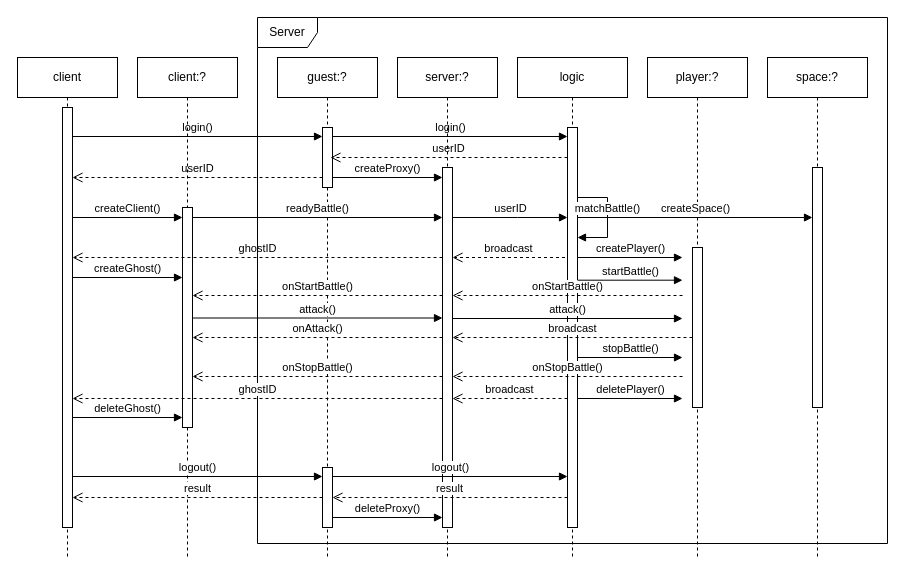
Earlier version of the draw.io diagram page "调用流程" (3 of 4) of Document/OpenMS.drawio (ChivenZhang/OpenMS). Source tidied: cells renumbered, new cells numbered last; positions are measured from the earlier drawing's top-left corner, leaving out a move shared by most shapes. Both pictures are drawn from the tidied source at 100%, with x=0, y=0 at pixel (17, 17).
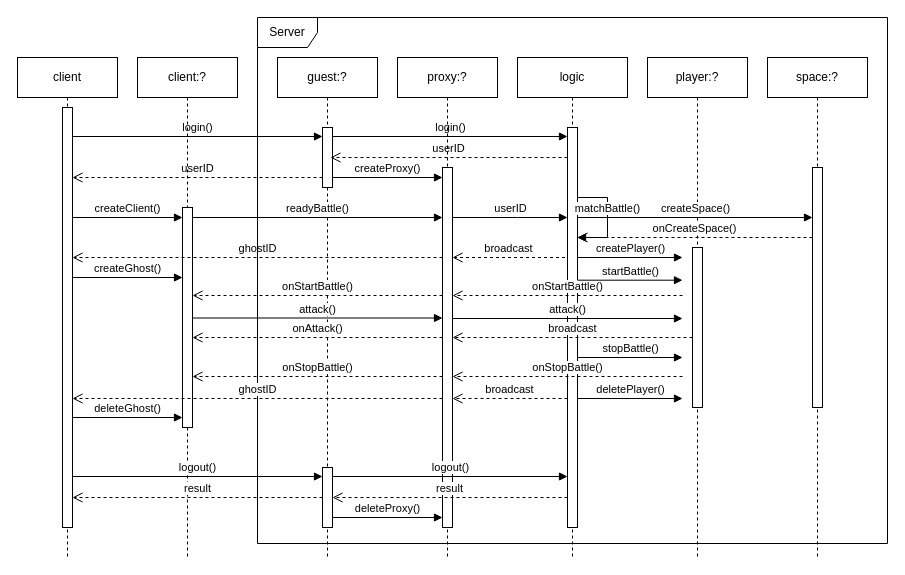
After the change.

Diff of the diagram source:
```diff
@@
-    <mxCell id="19" value="server:?" style="shape=umlLifeline;perimeter=lifelinePerimeter;whiteSpace=wrap;html=1;newEdgeStyle={&quot;curved&quot;:0,&quot;rounded&quot;:0};" parent="1" vertex="1">
+    <mxCell id="19" value="proxy:?" style="shape=umlLifeline;perimeter=lifelinePerimeter;whiteSpace=wrap;html=1;newEdgeStyle={&quot;curved&quot;:0,&quot;rounded&quot;:0};" parent="1" vertex="1">
       <mxGeometry x="380" y="40" width="100" height="500" as="geometry" />
     </mxCell>
@@
+    <mxCell id="51" value="onCreateSpace()" style="html=1;verticalAlign=bottom;endArrow=open;dashed=1;endSize=8;curved=0;rounded=0;" parent="1" edge="1">
+      <mxGeometry relative="1" as="geometry">
+        <mxPoint x="795" y="220" as="sourcePoint" />
+        <mxPoint x="560" y="220" as="targetPoint" />
+      </mxGeometry>
+    </mxCell>
```
